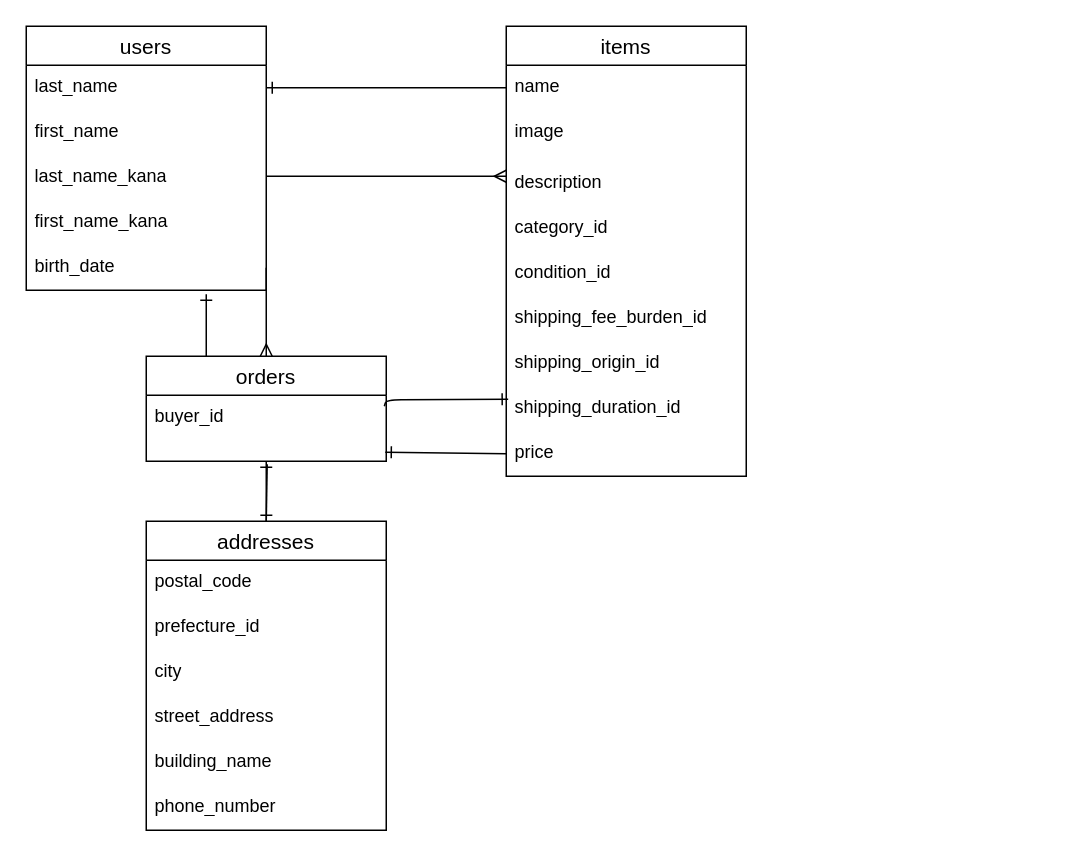
The draw.io diagram furima-42436.dio in koki0809/furima-42436, before the edit. Source tidied: cells renumbered, new cells numbered last; positions are measured from the earlier drawing's top-left corner, leaving out a move shared by most shapes. Both pictures are drawn from the tidied source at 150%, with x=0, y=0 at pixel (26, 26).
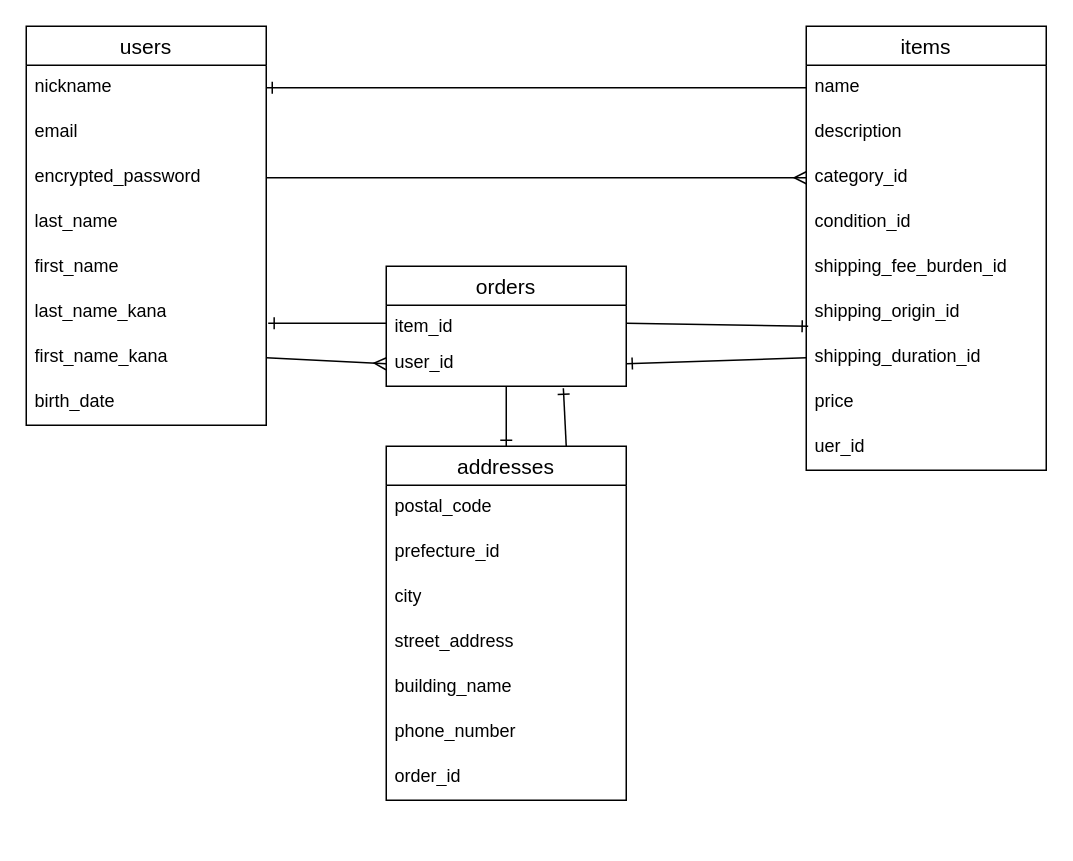
The same diagram, later.

The change refers to these unchanged cells:
```xml
<mxCell id="9" value="name" style="text;strokeColor=none;fillColor=none;spacingLeft=4;spacingRight=4;overflow=hidden;points=[[0,0.5],[1,0.5]];portConstraint=eastwest;fontSize=12;whiteSpace=wrap;html=1;" parent="8" vertex="1">
  <mxGeometry y="26" width="160" height="30" as="geometry" />
</mxCell>
```

Diff of the diagram source:
```diff
@@
     <mxCell id="2" value="users" style="swimlane;fontStyle=0;horizontal=1;startSize=26;align=center;fontSize=14;" parent="1" vertex="1">
-      <mxGeometry width="160" height="176" as="geometry" />
+      <mxGeometry width="160" height="266" as="geometry" />
     </mxCell>
+    <mxCell id="35" value="nickname" style="text;strokeColor=none;fillColor=none;spacingLeft=4;spacingRight=4;overflow=hidden;points=[[0,0.5],[1,0.5]];portConstraint=eastwest;fontSize=12;whiteSpace=wrap;html=1;" parent="2" vertex="1">
+      <mxGeometry y="26" width="160" height="30" as="geometry" />
+    </mxCell>
+    <mxCell id="36" value="email" style="text;strokeColor=none;fillColor=none;spacingLeft=4;spacingRight=4;overflow=hidden;fontSize=12;whiteSpace=wrap;html=1;" parent="2" vertex="1">
+      <mxGeometry y="56" width="160" height="30" as="geometry" />
+    </mxCell>
+    <mxCell id="37" value="encrypted_password" style="text;strokeColor=none;fillColor=none;spacingLeft=4;spacingRight=4;overflow=hidden;points=[[0,0.5],[1,0.5]];portConstraint=eastwest;fontSize=12;whiteSpace=wrap;html=1;" parent="2" vertex="1">
+      <mxGeometry y="86" width="160" height="30" as="geometry" />
+    </mxCell>
     <mxCell id="3" value="last_name" style="text;strokeColor=none;fillColor=none;spacingLeft=4;spacingRight=4;overflow=hidden;points=[[0,0.5],[1,0.5]];portConstraint=eastwest;fontSize=12;whiteSpace=wrap;html=1;" parent="2" vertex="1">
-      <mxGeometry y="26" width="160" height="30" as="geometry" />
+      <mxGeometry y="116" width="160" height="30" as="geometry" />
     </mxCell>
     <mxCell id="4" value="first_name" style="text;strokeColor=none;fillColor=none;spacingLeft=4;spacingRight=4;overflow=hidden;fontSize=12;whiteSpace=wrap;html=1;" parent="2" vertex="1">
-      <mxGeometry y="56" width="160" height="30" as="geometry" />
+      <mxGeometry y="146" width="160" height="30" as="geometry" />
     </mxCell>
     <mxCell id="5" value="last_name_kana" style="text;strokeColor=none;fillColor=none;spacingLeft=4;spacingRight=4;overflow=hidden;points=[[0,0.5],[1,0.5]];portConstraint=eastwest;fontSize=12;whiteSpace=wrap;html=1;" parent="2" vertex="1">
-      <mxGeometry y="86" width="160" height="30" as="geometry" />
+      <mxGeometry y="176" width="160" height="30" as="geometry" />
     </mxCell>
     <mxCell id="6" value="first_name_kana" style="text;strokeColor=none;fillColor=none;spacingLeft=4;spacingRight=4;overflow=hidden;points=[[0,0.5],[1,0.5]];portConstraint=eastwest;fontSize=12;whiteSpace=wrap;html=1;" parent="2" vertex="1">
-      <mxGeometry y="116" width="160" height="30" as="geometry" />
+      <mxGeometry y="206" width="160" height="30" as="geometry" />
     </mxCell>
     <mxCell id="7" value="birth_date" style="text;strokeColor=none;fillColor=none;spacingLeft=4;spacingRight=4;overflow=hidden;points=[[0,0.5],[1,0.5]];portConstraint=eastwest;fontSize=12;whiteSpace=wrap;html=1;" parent="2" vertex="1">
-      <mxGeometry y="146" width="160" height="30" as="geometry" />
+      <mxGeometry y="236" width="160" height="30" as="geometry" />
     </mxCell>
     <mxCell id="8" value="items" style="swimlane;fontStyle=0;horizontal=1;startSize=26;align=center;fontSize=14;" parent="1" vertex="1">
-      <mxGeometry x="320" width="160" height="300" as="geometry" />
+      <mxGeometry x="520" width="160" height="296" as="geometry" />
     </mxCell>
@@
-    <mxCell id="10" value="image" style="text;strokeColor=none;fillColor=none;spacingLeft=4;spacingRight=4;overflow=hidden;fontSize=12;whiteSpace=wrap;html=1;" parent="8" vertex="1">
-      <mxGeometry y="56" width="160" height="34" as="geometry" />
-    </mxCell>
     <mxCell id="11" value="description" style="text;strokeColor=none;fillColor=none;spacingLeft=4;spacingRight=4;overflow=hidden;fontSize=12;whiteSpace=wrap;html=1;" parent="8" vertex="1">
-      <mxGeometry y="90" width="160" height="30" as="geometry" />
+      <mxGeometry y="56" width="160" height="30" as="geometry" />
     </mxCell>
     <mxCell id="12" value="category_id" style="text;strokeColor=none;fillColor=none;spacingLeft=4;spacingRight=4;overflow=hidden;points=[[0,0.5],[1,0.5]];portConstraint=eastwest;fontSize=12;whiteSpace=wrap;html=1;" parent="8" vertex="1">
-      <mxGeometry y="120" width="160" height="30" as="geometry" />
+      <mxGeometry y="86" width="160" height="30" as="geometry" />
     </mxCell>
     <mxCell id="13" value="condition_id" style="text;strokeColor=none;fillColor=none;spacingLeft=4;spacingRight=4;overflow=hidden;fontSize=12;whiteSpace=wrap;html=1;" parent="8" vertex="1">
-      <mxGeometry y="150" width="160" height="30" as="geometry" />
+      <mxGeometry y="116" width="160" height="30" as="geometry" />
     </mxCell>
     <mxCell id="14" value="shipping_fee_burden_id" style="text;strokeColor=none;fillColor=none;spacingLeft=4;spacingRight=4;overflow=hidden;fontSize=12;whiteSpace=wrap;html=1;" parent="8" vertex="1">
-      <mxGeometry y="180" width="160" height="30" as="geometry" />
+      <mxGeometry y="146" width="160" height="30" as="geometry" />
     </mxCell>
     <mxCell id="15" value="shipping_origin_id" style="text;strokeColor=none;fillColor=none;spacingLeft=4;spacingRight=4;overflow=hidden;points=[[0,0.5],[1,0.5]];portConstraint=eastwest;fontSize=12;whiteSpace=wrap;html=1;" parent="8" vertex="1">
-      <mxGeometry y="210" width="160" height="30" as="geometry" />
+      <mxGeometry y="176" width="160" height="30" as="geometry" />
     </mxCell>
     <mxCell id="16" value="shipping_duration_id" style="text;strokeColor=none;fillColor=none;spacingLeft=4;spacingRight=4;overflow=hidden;points=[[0,0.5],[1,0.5]];portConstraint=eastwest;fontSize=12;whiteSpace=wrap;html=1;" parent="8" vertex="1">
-      <mxGeometry y="240" width="160" height="30" as="geometry" />
+      <mxGeometry y="206" width="160" height="30" as="geometry" />
     </mxCell>
     <mxCell id="17" value="price" style="text;strokeColor=none;fillColor=none;spacingLeft=4;spacingRight=4;overflow=hidden;points=[[0,0.5],[1,0.5]];portConstraint=eastwest;fontSize=12;whiteSpace=wrap;html=1;" parent="8" vertex="1">
-      <mxGeometry y="270" width="160" height="30" as="geometry" />
+      <mxGeometry y="236" width="160" height="30" as="geometry" />
     </mxCell>
+    <mxCell id="38" value="uer_id" style="text;strokeColor=none;fillColor=none;spacingLeft=4;spacingRight=4;overflow=hidden;fontSize=12;whiteSpace=wrap;html=1;" parent="8" vertex="1">
+      <mxGeometry y="266" width="160" height="30" as="geometry" />
+    </mxCell>
-    <mxCell id="18" style="edgeStyle=none;html=1;exitX=1;exitY=0.5;exitDx=0;exitDy=0;entryX=0;entryY=0.5;entryDx=0;entryDy=0;endArrow=ERmany;endFill=0;" parent="1" edge="1">
-      <mxGeometry relative="1" as="geometry">
-        <mxPoint x="160" y="100" as="sourcePoint" />
-        <mxPoint x="320" y="100" as="targetPoint" />
-        <Array as="points">
-          <mxPoint x="240" y="100" />
-        </Array>
-      </mxGeometry>
+    <mxCell id="18" style="edgeStyle=none;html=1;exitX=1;exitY=0.5;exitDx=0;exitDy=0;entryX=0;entryY=0.5;entryDx=0;entryDy=0;endArrow=ERmany;endFill=0;" parent="1" edge="1" source="37" target="12">
+      <mxGeometry relative="1" as="geometry" />
     </mxCell>
-    <mxCell id="19" style="edgeStyle=none;html=1;exitX=0;exitY=0.5;exitDx=0;exitDy=0;entryX=1;entryY=0.5;entryDx=0;entryDy=0;endArrow=ERone;endFill=0;" parent="1" edge="1" source="9" target="3">
+    <mxCell id="19" style="edgeStyle=none;html=1;exitX=0;exitY=0.5;exitDx=0;exitDy=0;entryX=1;entryY=0.5;entryDx=0;entryDy=0;endArrow=ERone;endFill=0;" parent="1" edge="1" source="9" target="35">
       <mxGeometry relative="1" as="geometry" />
     </mxCell>
-    <mxCell id="20" style="edgeStyle=none;html=1;endArrow=ERone;endFill=0;strokeWidth=1;" parent="1" edge="1" source="21" target="34">
-      <mxGeometry relative="1" as="geometry" />
-    </mxCell>
     <mxCell id="21" value="addresses" style="swimlane;fontStyle=0;horizontal=1;startSize=26;align=center;fontSize=14;" parent="1" vertex="1">
-      <mxGeometry x="80" y="330" width="160" height="206" as="geometry" />
+      <mxGeometry x="240" y="280" width="160" height="236" as="geometry" />
     </mxCell>
@@
+    <mxCell id="39" value="order_id" style="text;strokeColor=none;fillColor=none;spacingLeft=4;spacingRight=4;overflow=hidden;fontSize=12;whiteSpace=wrap;html=1;" parent="21" vertex="1">
+      <mxGeometry y="206" width="160" height="30" as="geometry" />
+    </mxCell>
+    <mxCell id="40" style="edgeStyle=none;html=1;entryX=0.5;entryY=0;entryDx=0;entryDy=0;endArrow=ERone;endFill=0;" parent="1" edge="1" source="28" target="21">
+      <mxGeometry relative="1" as="geometry" />
+    </mxCell>
     <mxCell id="28" value="orders" style="swimlane;fontStyle=0;horizontal=1;startSize=26;align=center;fontSize=14;" parent="1" vertex="1">
-      <mxGeometry x="80" y="220" width="160" height="70" as="geometry" />
+      <mxGeometry x="240" y="160" width="160" height="80" as="geometry" />
     </mxCell>
-    <mxCell id="29" style="edgeStyle=none;html=1;exitX=1;exitY=0.5;exitDx=0;exitDy=0;entryX=0.5;entryY=0;entryDx=0;entryDy=0;endArrow=ERmany;endFill=0;" parent="1" edge="1" source="7" target="28">
-      <mxGeometry relative="1" as="geometry" />
-    </mxCell>
-    <mxCell id="30" style="edgeStyle=none;html=1;exitX=0.25;exitY=0;exitDx=0;exitDy=0;entryX=0.75;entryY=1.089;entryDx=0;entryDy=0;entryPerimeter=0;endArrow=ERone;endFill=0;" parent="1" edge="1" source="28" target="7">
-      <mxGeometry relative="1" as="geometry" />
-    </mxCell>
-    <mxCell id="31" style="edgeStyle=none;html=1;exitX=0.992;exitY=0.167;exitDx=0;exitDy=0;entryX=0.008;entryY=0.289;entryDx=0;entryDy=0;entryPerimeter=0;endArrow=ERone;endFill=0;exitPerimeter=0;" parent="1" edge="1" source="34" target="16">
-      <mxGeometry relative="1" as="geometry">
-        <Array as="points">
-          <mxPoint x="240" y="249" />
-        </Array>
-      </mxGeometry>
-    </mxCell>
-    <mxCell id="32" style="edgeStyle=none;html=1;exitX=0;exitY=0.5;exitDx=0;exitDy=0;entryX=0.996;entryY=0.864;entryDx=0;entryDy=0;entryPerimeter=0;endArrow=ERone;endFill=0;" parent="1" edge="1" source="17" target="34">
-      <mxGeometry relative="1" as="geometry" />
-    </mxCell>
-    <mxCell id="33" style="edgeStyle=none;html=1;endArrow=ERone;endFill=0;exitX=0.504;exitY=1.045;exitDx=0;exitDy=0;exitPerimeter=0;" parent="1" edge="1" source="34">
-      <mxGeometry relative="1" as="geometry">
-        <mxPoint x="160" y="330" as="targetPoint" />
-      </mxGeometry>
-    </mxCell>
-    <mxCell id="34" value="buyer_id" style="text;strokeColor=none;fillColor=none;spacingLeft=4;spacingRight=4;overflow=hidden;points=[[0,0.5],[1,0.5]];portConstraint=eastwest;fontSize=12;whiteSpace=wrap;html=1;" parent="1" vertex="1">
-      <mxGeometry x="80" y="246" width="160" height="44" as="geometry" />
+    <mxCell id="34" value="item_id" style="text;strokeColor=none;fillColor=none;spacingLeft=4;spacingRight=4;overflow=hidden;points=[[0,0.5],[1,0.5]];portConstraint=eastwest;fontSize=12;whiteSpace=wrap;html=1;" parent="28" vertex="1">
+      <mxGeometry y="26" width="160" height="24" as="geometry" />
     </mxCell>
+    <mxCell id="41" value="user_id" style="text;strokeColor=none;fillColor=none;spacingLeft=4;spacingRight=4;overflow=hidden;points=[[0,0.5],[1,0.5]];portConstraint=eastwest;fontSize=12;whiteSpace=wrap;html=1;" parent="28" vertex="1">
+      <mxGeometry y="50" width="160" height="30" as="geometry" />
+    </mxCell>
+    <mxCell id="42" style="edgeStyle=none;html=1;exitX=1;exitY=0.5;exitDx=0;exitDy=0;entryX=0.008;entryY=0.8;entryDx=0;entryDy=0;entryPerimeter=0;endArrow=ERone;endFill=0;" parent="1" edge="1" source="34" target="15">
+      <mxGeometry relative="1" as="geometry" />
+    </mxCell>
+    <mxCell id="43" style="edgeStyle=none;html=1;exitX=0;exitY=0.5;exitDx=0;exitDy=0;entryX=1;entryY=0.5;entryDx=0;entryDy=0;endArrow=ERone;endFill=0;" parent="1" edge="1" source="16" target="41">
+      <mxGeometry relative="1" as="geometry" />
+    </mxCell>
+    <mxCell id="44" style="edgeStyle=none;html=1;exitX=0;exitY=0.5;exitDx=0;exitDy=0;entryX=1.008;entryY=0.733;entryDx=0;entryDy=0;entryPerimeter=0;endArrow=ERone;endFill=0;" parent="1" edge="1" source="34" target="5">
+      <mxGeometry relative="1" as="geometry" />
+    </mxCell>
+    <mxCell id="45" style="edgeStyle=none;html=1;exitX=1;exitY=0.5;exitDx=0;exitDy=0;entryX=0;entryY=0.5;entryDx=0;entryDy=0;endArrow=ERmany;endFill=0;" parent="1" edge="1" source="6" target="41">
+      <mxGeometry relative="1" as="geometry" />
+    </mxCell>
+    <mxCell id="46" style="edgeStyle=none;html=1;exitX=0.75;exitY=0;exitDx=0;exitDy=0;entryX=0.738;entryY=1.044;entryDx=0;entryDy=0;entryPerimeter=0;endArrow=ERone;endFill=0;" parent="1" edge="1" source="21" target="41">
+      <mxGeometry relative="1" as="geometry" />
+    </mxCell>
```
